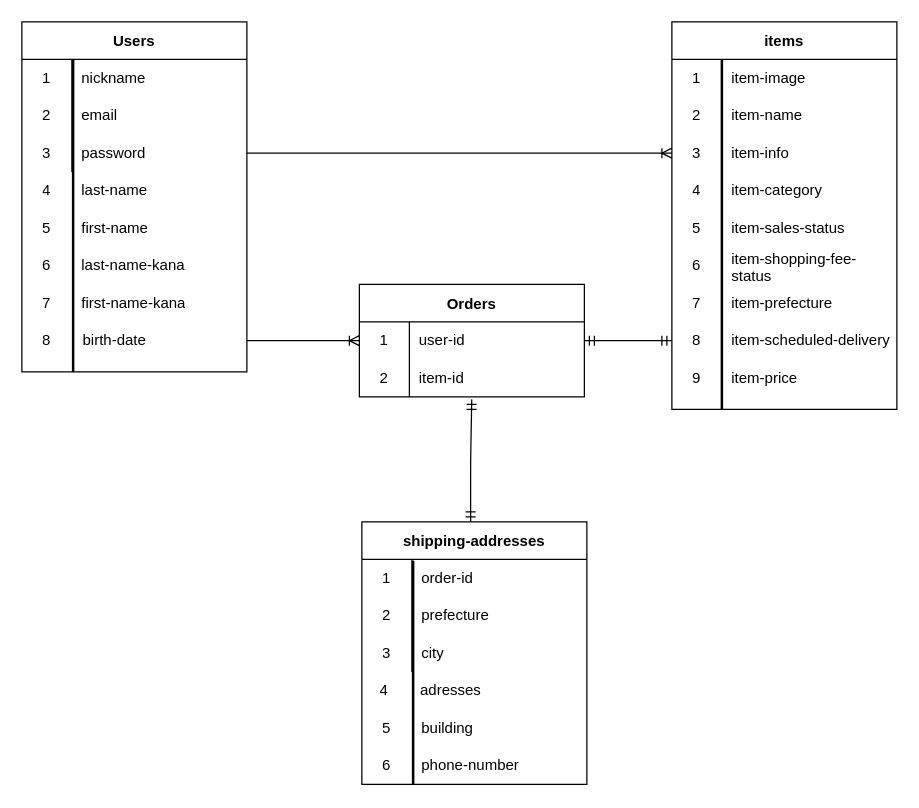
mayaya6917/furima-39829 keeps this draw.io diagram as ER.dio. Above is the earlier version. Source tidied: cells renumbered, new cells numbered last; positions are measured from the earlier drawing's top-left corner, leaving out a move shared by most shapes. Both pictures are drawn from the tidied source at 125%, with x=0, y=0 at pixel (21, 21).
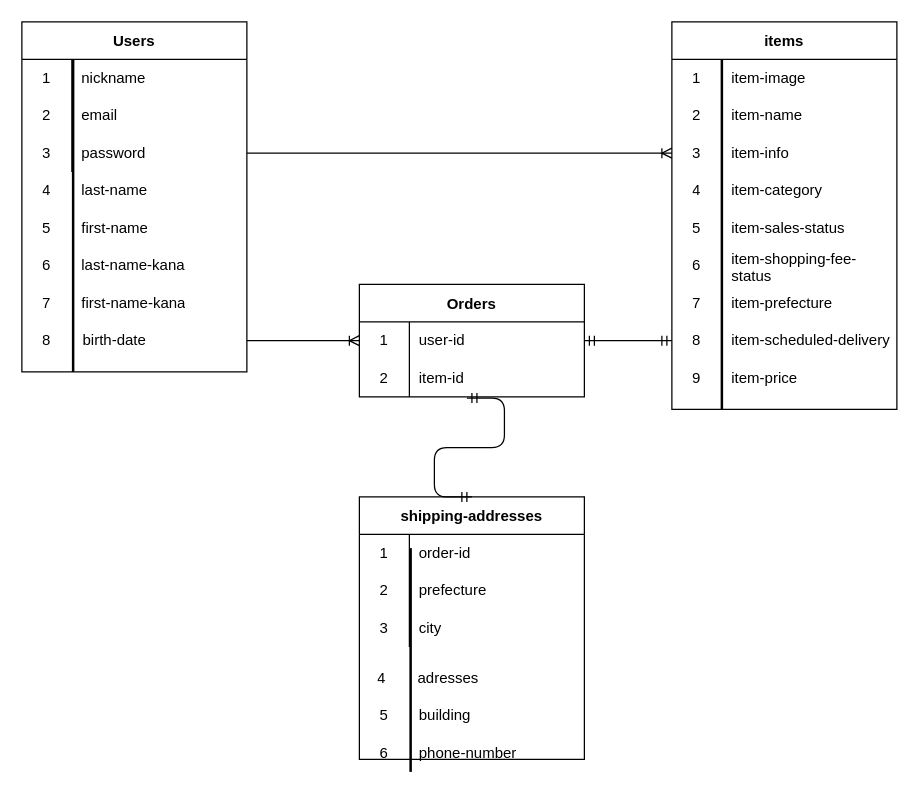
Above is the later version.

Commit message (it also covers changes not shown here):
データベース設計②

The change refers to these unchanged cells:
```xml
<mxCell id="61" style="shape=tableRow;horizontal=0;startSize=0;swimlaneHead=0;swimlaneBody=0;top=0;left=0;bottom=0;right=0;fillColor=none;points=[[0,0.5],[1,0.5]];portConstraint=eastwest;" parent="57" vertex="1">
  <mxGeometry y="60" width="180" height="30" as="geometry" />
</mxCell>
```

The edit, as a diff of the source:
```diff
@@
-    <mxCell id="66" style="edgeStyle=orthogonalEdgeStyle;fontSize=12;html=1;endArrow=ERmandOne;startArrow=ERmandOne;entryX=0.833;entryY=1.067;entryDx=0;entryDy=0;entryPerimeter=0;" parent="1" edge="1">
-      <mxGeometry relative="1" as="geometry">
-        <mxPoint x="359" y="400" as="sourcePoint" />
-        <mxPoint x="359.9" y="302" as="targetPoint" />
-        <Array as="points">
-          <mxPoint x="359" y="350" />
-          <mxPoint x="360" y="350" />
-        </Array>
-      </mxGeometry>
-    </mxCell>
     <mxCell id="67" value="shipping-addresses" style="shape=table;startSize=30;childLayout=tableLayout;rowLines=0;fontStyle=1;" parent="1" vertex="1">
-      <mxGeometry x="272" y="400" width="180" height="210" as="geometry" />
+      <mxGeometry x="270" y="380" width="180" height="210" as="geometry" />
     </mxCell>
@@
     <mxCell id="77" style="shape=tableRow;horizontal=0;startSize=0;swimlaneHead=0;swimlaneBody=0;top=0;left=0;bottom=0;right=0;fillColor=none;" parent="1" vertex="1">
-      <mxGeometry x="270" y="520" width="180" height="30" as="geometry" />
+      <mxGeometry x="268" y="510" width="180" height="30" as="geometry" />
     </mxCell>
@@
     <mxCell id="80" style="shape=tableRow;horizontal=0;startSize=0;swimlaneHead=0;swimlaneBody=0;top=0;left=0;bottom=0;right=0;fillColor=none;" parent="1" vertex="1">
-      <mxGeometry x="272" y="550" width="180" height="30" as="geometry" />
+      <mxGeometry x="270" y="540" width="180" height="30" as="geometry" />
     </mxCell>
@@
     <mxCell id="83" style="shape=tableRow;horizontal=0;startSize=0;swimlaneHead=0;swimlaneBody=0;top=0;left=0;bottom=0;right=0;fillColor=none;" parent="1" vertex="1">
-      <mxGeometry x="272" y="580" width="180" height="30" as="geometry" />
+      <mxGeometry x="270" y="570" width="180" height="30" as="geometry" />
     </mxCell>
@@
     <mxCell id="86" style="line;strokeWidth=2;direction=south;html=1;" parent="1" vertex="1">
-      <mxGeometry x="308" y="431" width="10" height="179" as="geometry" />
+      <mxGeometry x="306" y="421" width="10" height="179" as="geometry" />
     </mxCell>
+    <mxCell id="87" style="edgeStyle=entityRelationEdgeStyle;fontSize=12;html=1;endArrow=ERmandOne;startArrow=ERmandOne;entryX=0.478;entryY=1.033;entryDx=0;entryDy=0;entryPerimeter=0;exitX=0.5;exitY=0;exitDx=0;exitDy=0;" parent="1" edge="1" source="67" target="61">
+      <mxGeometry relative="1" as="geometry" />
+    </mxCell>
```
